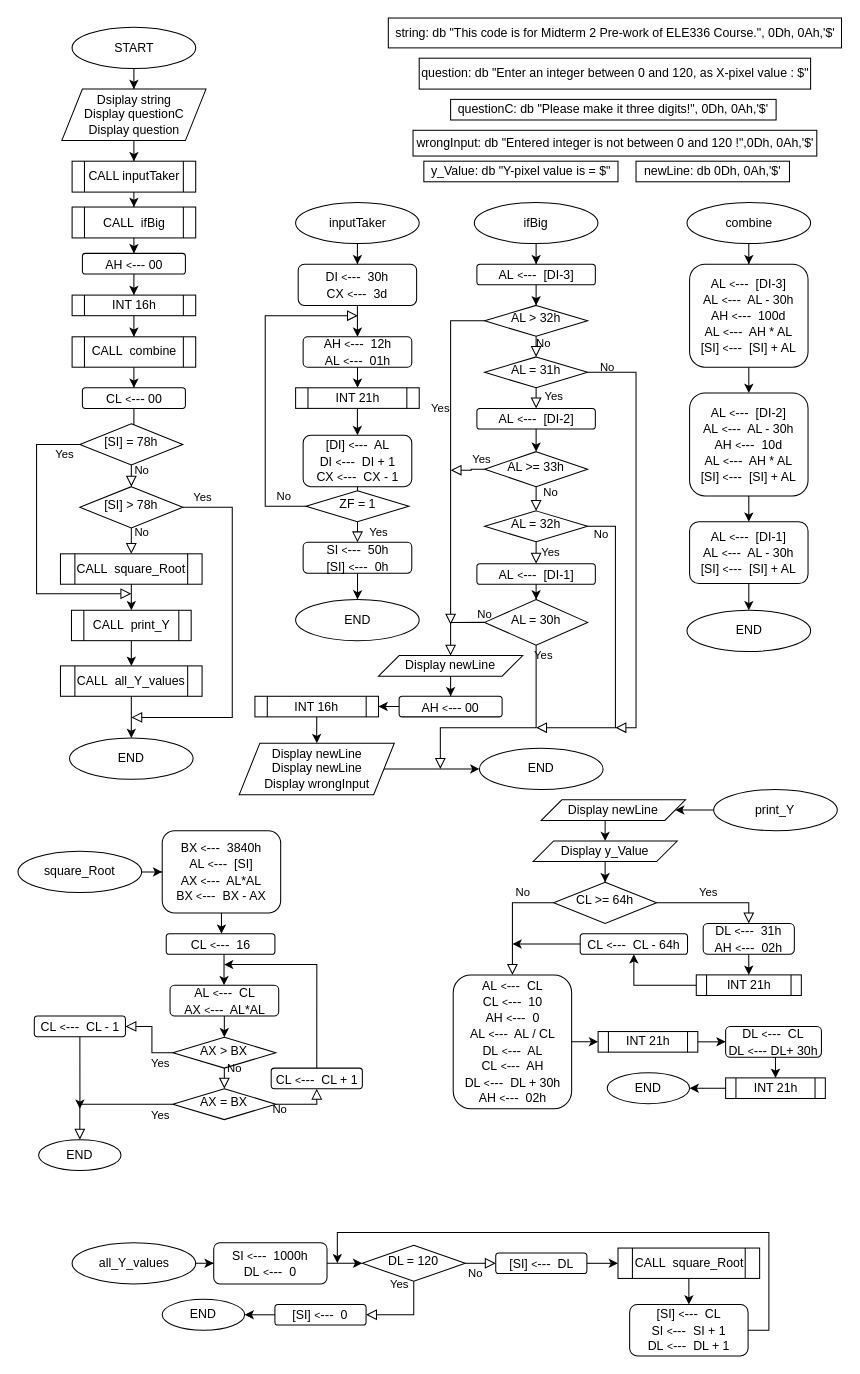
Before: micro_mt2_1.drawio in mmuurraatt/My-Projects-On-Github, a draw.io diagram. Source tidied: cells renumbered, new cells numbered last; positions are measured from the earlier drawing's top-left corner, leaving out a move shared by most shapes. Both pictures are drawn from the tidied source at 103%, with x=0, y=0 at pixel (18, 18).
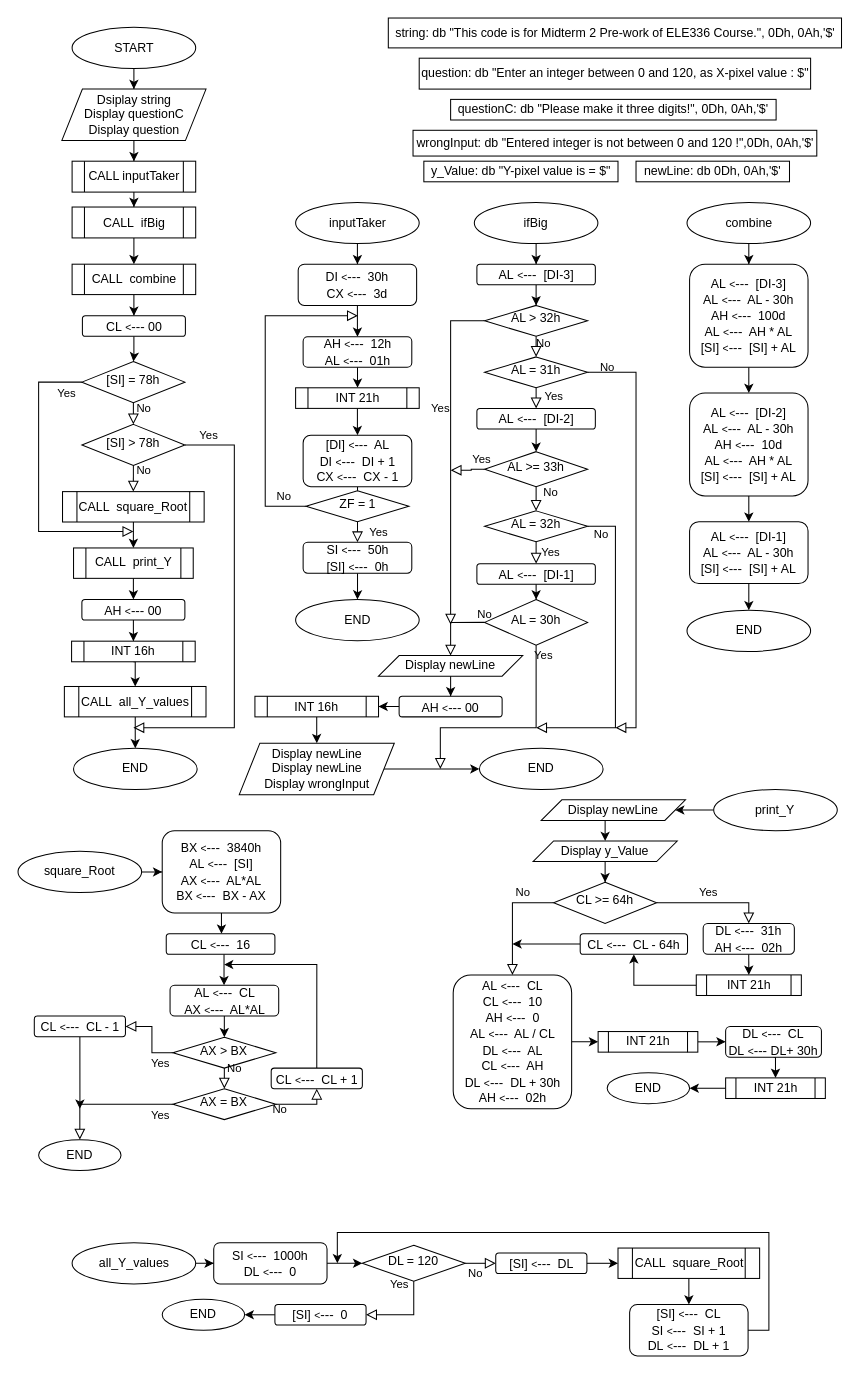
The same diagram, later.

The change refers to these unchanged cells:
```xml
<mxCell id="11" value="CALL&amp;nbsp; ifBig" style="shape=process;whiteSpace=wrap;html=1;backgroundOutline=1;" parent="1" vertex="1">
  <mxGeometry x="52.5" y="183.5" width="120" height="30" as="geometry" />
</mxCell>
```

Change to the diagram source:
```diff
@@
-    <mxCell id="10" style="edgeStyle=orthogonalEdgeStyle;rounded=0;jettySize=auto;html=1;" parent="1" edge="1" source="11" target="13">
-      <mxGeometry relative="1" as="geometry" />
-    </mxCell>
+    <mxCell id="155" style="edgeStyle=orthogonalEdgeStyle;rounded=0;jettySize=auto;html=1;exitX=0.5;exitY=1;exitDx=0;exitDy=0;entryX=0.5;entryY=0;entryDx=0;entryDy=0;" parent="1" edge="1" source="11" target="17">
+      <mxGeometry relative="1" as="geometry" />
+    </mxCell>
@@
-    <mxCell id="12" style="edgeStyle=orthogonalEdgeStyle;rounded=0;jettySize=auto;html=1;" parent="1" edge="1" source="13" target="15">
-      <mxGeometry relative="1" as="geometry" />
-    </mxCell>
-    <mxCell id="13" value="AH&amp;nbsp;&lt;font style=&quot;font-size: 10px&quot;&gt;&amp;lt;&lt;/font&gt;&lt;font style=&quot;font-size: 13px&quot;&gt;---&lt;/font&gt;&amp;nbsp;00" style="rounded=1;whiteSpace=wrap;html=1;fontSize=12;glass=0;strokeWidth=1;shadow=0;" parent="1" vertex="1">
-      <mxGeometry x="62.5" y="228.5" width="100" height="20" as="geometry" />
-    </mxCell>
-    <mxCell id="14" style="edgeStyle=orthogonalEdgeStyle;rounded=0;jettySize=auto;html=1;" parent="1" edge="1" source="15" target="17">
-      <mxGeometry relative="1" as="geometry" />
-    </mxCell>
-    <mxCell id="15" value="INT 16h" style="shape=process;whiteSpace=wrap;html=1;backgroundOutline=1;" parent="1" vertex="1">
-      <mxGeometry x="52.5" y="269" width="120" height="20" as="geometry" />
-    </mxCell>
@@
     <mxCell id="17" value="CALL&amp;nbsp; combine" style="shape=process;whiteSpace=wrap;html=1;backgroundOutline=1;" parent="1" vertex="1">
-      <mxGeometry x="52.5" y="309.5" width="120" height="29.5" as="geometry" />
+      <mxGeometry x="52.5" y="239" width="120" height="29.5" as="geometry" />
     </mxCell>
@@
     <mxCell id="19" value="CL&amp;nbsp;&lt;font style=&quot;font-size: 10px&quot;&gt;&amp;lt;&lt;/font&gt;&lt;font style=&quot;font-size: 13px&quot;&gt;---&lt;/font&gt;&amp;nbsp;00" style="rounded=1;whiteSpace=wrap;html=1;fontSize=12;glass=0;strokeWidth=1;shadow=0;" parent="1" vertex="1">
-      <mxGeometry x="62.5" y="359" width="100" height="20" as="geometry" />
+      <mxGeometry x="62.5" y="289" width="100" height="20" as="geometry" />
     </mxCell>
     <mxCell id="20" value="[SI] = 78h" style="rhombus;whiteSpace=wrap;html=1;shadow=0;fontFamily=Helvetica;fontSize=12;align=center;strokeWidth=1;spacing=6;spacingTop=-4;" parent="1" vertex="1">
-      <mxGeometry x="60" y="394" width="100" height="40" as="geometry" />
+      <mxGeometry x="62" y="333.5" width="100" height="40" as="geometry" />
     </mxCell>
@@
     <mxCell id="22" value="Yes" style="rounded=0;html=1;jettySize=auto;fontSize=11;endArrow=block;endFill=0;endSize=8;strokeWidth=1;shadow=0;labelBackgroundColor=none;edgeStyle=orthogonalEdgeStyle;exitX=0;exitY=0.5;exitDx=0;exitDy=0;" parent="1" edge="1" source="20">
       <mxGeometry x="-0.89" y="10" relative="1" as="geometry">
-        <mxPoint x="110" y="559" as="targetPoint" />
+        <mxPoint x="112" y="498.5" as="targetPoint" />
         <Array as="points">
-          <mxPoint x="18" y="414" />
-          <mxPoint x="18" y="559" />
+          <mxPoint x="20" y="353.5" />
+          <mxPoint x="20" y="498.5" />
         </Array>
       </mxGeometry>
     </mxCell>
     <mxCell id="23" value="[SI] &amp;gt; 78h" style="rhombus;whiteSpace=wrap;html=1;shadow=0;fontFamily=Helvetica;fontSize=12;align=center;strokeWidth=1;spacing=6;spacingTop=-4;" parent="1" vertex="1">
-      <mxGeometry x="60" y="455" width="100" height="40" as="geometry" />
+      <mxGeometry x="62" y="394.5" width="100" height="40" as="geometry" />
     </mxCell>
@@
     <mxCell id="25" value="Yes" style="rounded=0;html=1;jettySize=auto;fontSize=11;endArrow=block;endFill=0;endSize=8;strokeWidth=1;shadow=0;labelBackgroundColor=none;edgeStyle=orthogonalEdgeStyle;exitX=1;exitY=0.5;exitDx=0;exitDy=0;" parent="1" edge="1" source="23">
       <mxGeometry x="-0.89" y="10" relative="1" as="geometry">
-        <mxPoint x="110" y="679" as="targetPoint" />
+        <mxPoint x="112" y="689" as="targetPoint" />
         <Array as="points">
-          <mxPoint x="208" y="475" />
-          <mxPoint x="208" y="679" />
-          <mxPoint x="110" y="679" />
+          <mxPoint x="210" y="415" />
+          <mxPoint x="210" y="689" />
         </Array>
       </mxGeometry>
     </mxCell>
@@
     <mxCell id="27" value="CALL&amp;nbsp; square_Root" style="shape=process;whiteSpace=wrap;html=1;backgroundOutline=1;" parent="1" vertex="1">
-      <mxGeometry x="41.2" y="520.2" width="137.5" height="29.5" as="geometry" />
+      <mxGeometry x="43.2" y="459.8" width="137.5" height="29.5" as="geometry" />
     </mxCell>
-    <mxCell id="28" style="edgeStyle=orthogonalEdgeStyle;rounded=0;jettySize=auto;html=1;" parent="1" edge="1" source="29" target="31">
-      <mxGeometry relative="1" as="geometry" />
-    </mxCell>
+    <mxCell id="156" style="edgeStyle=orthogonalEdgeStyle;rounded=0;jettySize=auto;html=1;exitX=0.5;exitY=1;exitDx=0;exitDy=0;entryX=0.5;entryY=0;entryDx=0;entryDy=0;" parent="1" edge="1" source="29" target="13">
+      <mxGeometry relative="1" as="geometry" />
+    </mxCell>
     <mxCell id="29" value="CALL&amp;nbsp; print_Y" style="shape=process;whiteSpace=wrap;html=1;backgroundOutline=1;" parent="1" vertex="1">
-      <mxGeometry x="51.9" y="575" width="116.2" height="29.5" as="geometry" />
+      <mxGeometry x="53.9" y="514.5" width="116.2" height="29.5" as="geometry" />
     </mxCell>
@@
     <mxCell id="31" value="CALL&amp;nbsp; all_Y_values" style="shape=process;whiteSpace=wrap;html=1;backgroundOutline=1;" parent="1" vertex="1">
-      <mxGeometry x="41.2" y="629" width="137.5" height="29.5" as="geometry" />
+      <mxGeometry x="45" y="649" width="137.5" height="29.5" as="geometry" />
     </mxCell>
     <mxCell id="32" value="END" style="ellipse;whiteSpace=wrap;html=1;" parent="1" vertex="1">
-      <mxGeometry x="50" y="699" width="120" height="40" as="geometry" />
+      <mxGeometry x="53.9" y="709" width="120" height="40" as="geometry" />
     </mxCell>
@@
+    <mxCell id="12" style="edgeStyle=orthogonalEdgeStyle;rounded=0;jettySize=auto;html=1;" parent="1" edge="1" source="13" target="15">
+      <mxGeometry relative="1" as="geometry" />
+    </mxCell>
+    <mxCell id="13" value="AH&amp;nbsp;&lt;font style=&quot;font-size: 10px&quot;&gt;&amp;lt;&lt;/font&gt;&lt;font style=&quot;font-size: 13px&quot;&gt;---&lt;/font&gt;&amp;nbsp;00" style="rounded=1;whiteSpace=wrap;html=1;fontSize=12;glass=0;strokeWidth=1;shadow=0;" parent="1" vertex="1">
+      <mxGeometry x="62" y="564.5" width="100" height="20" as="geometry" />
+    </mxCell>
+    <mxCell id="157" style="edgeStyle=orthogonalEdgeStyle;rounded=0;jettySize=auto;html=1;exitX=0.5;exitY=1;exitDx=0;exitDy=0;entryX=0.5;entryY=0;entryDx=0;entryDy=0;" parent="1" edge="1" source="15" target="31">
+      <mxGeometry relative="1" as="geometry" />
+    </mxCell>
+    <mxCell id="15" value="INT 16h" style="shape=process;whiteSpace=wrap;html=1;backgroundOutline=1;" parent="1" vertex="1">
+      <mxGeometry x="52" y="605" width="120" height="20" as="geometry" />
+    </mxCell>
```
